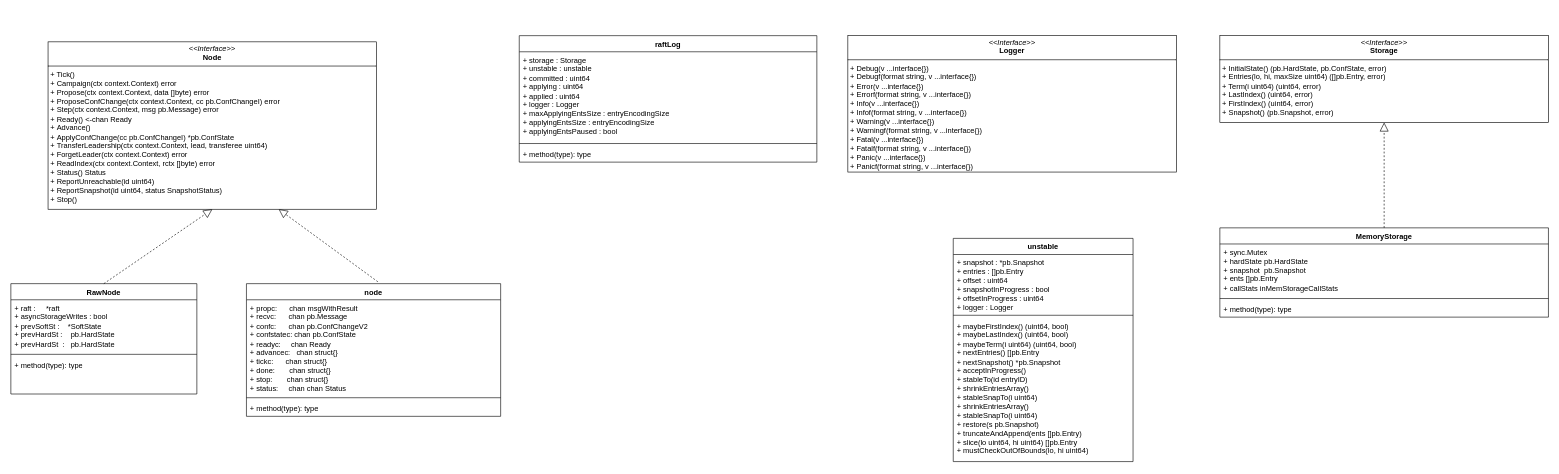
lawlient/DrawIO keeps this draw.io diagram as 未命名绘图.drawio. Above is the earlier version. Source tidied: cells renumbered, new cells numbered last; positions are measured from the earlier drawing's top-left corner, leaving out a move shared by most shapes. Both pictures are drawn from the tidied source at 62%, with x=0, y=0 at pixel (11, 35).
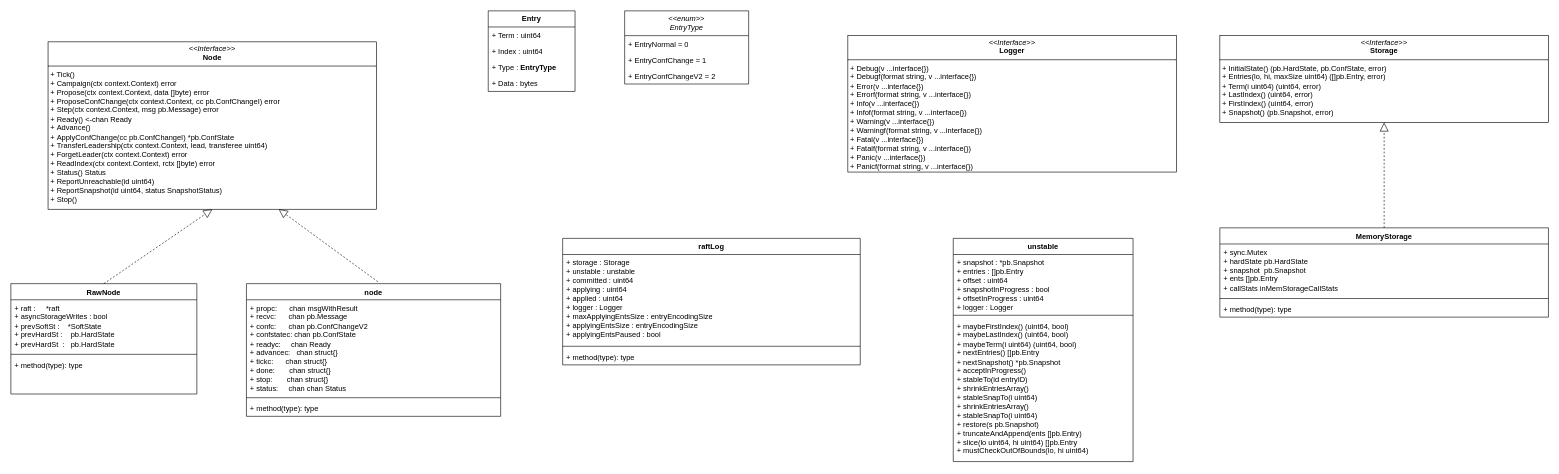
The same page after the edit.

Change to the diagram source:
```diff
@@
     <mxCell id="24" value="raftLog" style="swimlane;fontStyle=1;align=center;verticalAlign=top;horizontal=1;startSize=26;whiteSpace=wrap;html=1;" parent="1" vertex="1">
-      <mxGeometry x="820" width="480" height="204" as="geometry" />
+      <mxGeometry x="890" y="327" width="480" height="204" as="geometry" />
     </mxCell>
@@
+    <mxCell id="28" value="&lt;i&gt;&amp;lt;&amp;lt;enum&amp;gt;&amp;gt;&lt;/i&gt;&lt;div&gt;&lt;i&gt;EntryType&lt;br&gt;&lt;/i&gt;&lt;/div&gt;" style="swimlane;fontStyle=0;horizontal=1;startSize=40;fillColor=none;whiteSpace=wrap;html=1;" parent="1" vertex="1">
+      <mxGeometry x="990" y="-40" width="200" height="118" as="geometry" />
+    </mxCell>
+    <mxCell id="29" value="+ EntryNormal = 0" style="text;strokeColor=none;fillColor=none;align=left;verticalAlign=top;spacingLeft=4;spacingRight=4;overflow=hidden;whiteSpace=wrap;html=1;" parent="28" vertex="1">
+      <mxGeometry y="40" width="200" height="26" as="geometry" />
+    </mxCell>
+    <mxCell id="30" value="+ EntryConfChange = 1" style="text;strokeColor=none;fillColor=none;align=left;verticalAlign=top;spacingLeft=4;spacingRight=4;overflow=hidden;whiteSpace=wrap;html=1;" parent="28" vertex="1">
+      <mxGeometry y="66" width="200" height="26" as="geometry" />
+    </mxCell>
+    <mxCell id="31" value="&lt;div&gt;+ EntryConfChangeV2 = 2&lt;br&gt;&lt;/div&gt;" style="text;strokeColor=none;fillColor=none;align=left;verticalAlign=top;spacingLeft=4;spacingRight=4;overflow=hidden;whiteSpace=wrap;html=1;" parent="28" vertex="1">
+      <mxGeometry y="92" width="200" height="26" as="geometry" />
+    </mxCell>
+    <mxCell id="32" value="&lt;b&gt;Entry&lt;/b&gt;" style="swimlane;fontStyle=0;horizontal=1;startSize=26;fillColor=none;whiteSpace=wrap;html=1;" parent="1" vertex="1">
+      <mxGeometry x="770" y="-40" width="140" height="130" as="geometry" />
+    </mxCell>
+    <mxCell id="33" value="+ Term : uint64" style="text;strokeColor=none;fillColor=none;align=left;verticalAlign=top;spacingLeft=4;spacingRight=4;overflow=hidden;whiteSpace=wrap;html=1;" parent="32" vertex="1">
+      <mxGeometry y="26" width="140" height="26" as="geometry" />
+    </mxCell>
+    <mxCell id="34" value="+ Index : uint64" style="text;strokeColor=none;fillColor=none;align=left;verticalAlign=top;spacingLeft=4;spacingRight=4;overflow=hidden;whiteSpace=wrap;html=1;" parent="32" vertex="1">
+      <mxGeometry y="52" width="140" height="26" as="geometry" />
+    </mxCell>
+    <mxCell id="35" value="+ Type : &lt;b&gt;EntryType&lt;/b&gt;" style="text;strokeColor=none;fillColor=none;align=left;verticalAlign=top;spacingLeft=4;spacingRight=4;overflow=hidden;whiteSpace=wrap;html=1;" parent="32" vertex="1">
+      <mxGeometry y="78" width="140" height="26" as="geometry" />
+    </mxCell>
+    <mxCell id="36" value="+&amp;nbsp;Data :&amp;nbsp;bytes" style="text;strokeColor=none;fillColor=none;align=left;verticalAlign=top;spacingLeft=4;spacingRight=4;overflow=hidden;whiteSpace=wrap;html=1;" parent="32" vertex="1">
+      <mxGeometry y="104" width="140" height="26" as="geometry" />
+    </mxCell>
```
